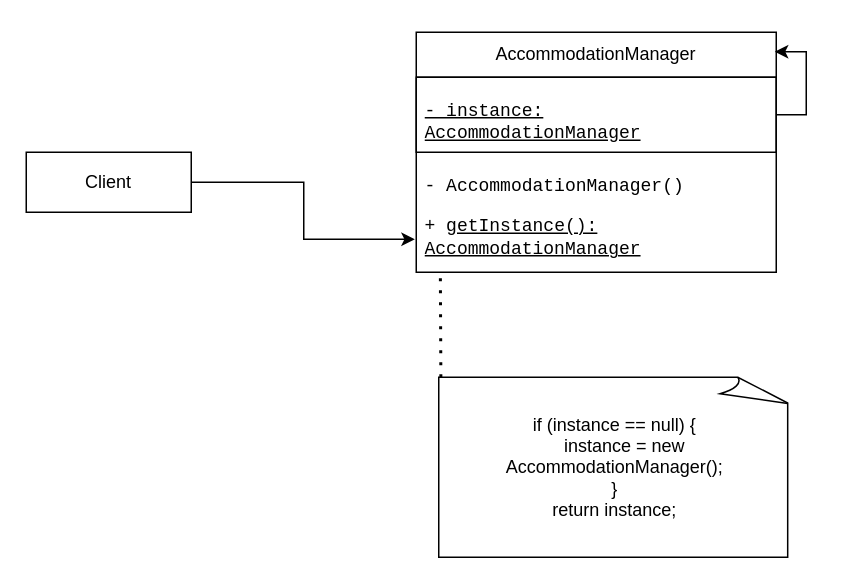
Luis-S4/Tourism-MS keeps this draw.io diagram as Design Patterns/Creational Design/Singleton Pattern/ Accommodation Singleton.drawio. Above is the earlier version. Source tidied: cells renumbered, new cells numbered last; positions are measured from the earlier drawing's top-left corner, leaving out a move shared by most shapes. Both pictures are drawn from the tidied source at 150%, with x=0, y=0 at pixel (26, 32).
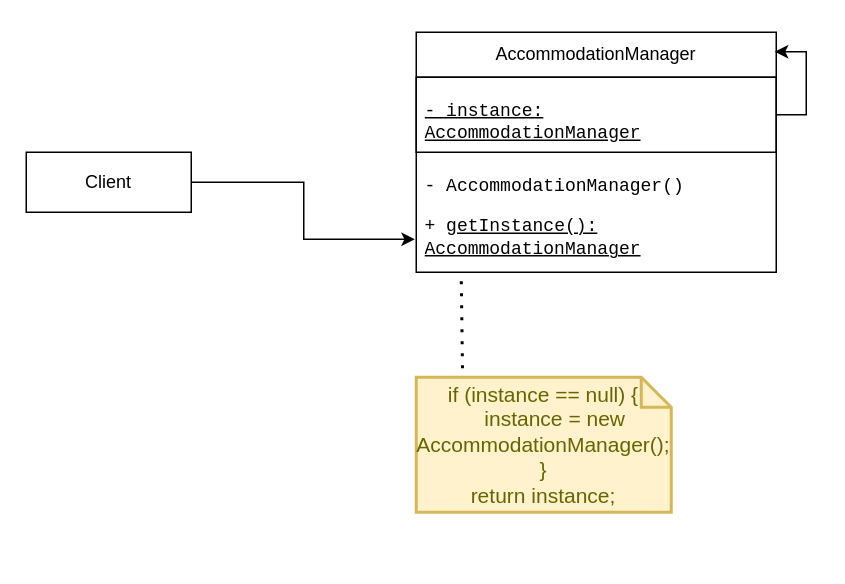
The same page after the edit.

Diff of the diagram source:
```diff
@@
 <mxGraphModel>
   <root>
     <mxCell id="0" />
     <mxCell id="1" parent="0" />
     <mxCell id="2" value="&lt;p&gt;AccommodationManager&lt;/p&gt;" style="swimlane;fontStyle=0;horizontal=1;startSize=30;whiteSpace=wrap;html=1;strokeColor=default;" parent="1" vertex="1">
       <mxGeometry x="260" width="240" height="160" as="geometry" />
     </mxCell>
     <mxCell id="3" value="&lt;p data-pm-slice=&quot;1 1 [&amp;quot;list&amp;quot;,{&amp;quot;spread&amp;quot;:false,&amp;quot;start&amp;quot;:562,&amp;quot;end&amp;quot;:914},&amp;quot;regular_list_item&amp;quot;,{&amp;quot;start&amp;quot;:601,&amp;quot;end&amp;quot;:686},&amp;quot;list&amp;quot;,{&amp;quot;spread&amp;quot;:false,&amp;quot;start&amp;quot;:621,&amp;quot;end&amp;quot;:686},&amp;quot;regular_list_item&amp;quot;,{&amp;quot;start&amp;quot;:621,&amp;quot;end&amp;quot;:686}]&quot;&gt;&lt;code&gt;- instance: AccommodationManager&lt;/code&gt;&lt;/p&gt;" style="text;strokeColor=default;fillColor=none;align=left;verticalAlign=middle;spacingLeft=4;spacingRight=4;overflow=hidden;points=[[0,0.5],[1,0.5]];portConstraint=eastwest;whiteSpace=wrap;html=1;fontStyle=4;" parent="2" vertex="1">
       <mxGeometry y="30" width="240" height="50" as="geometry" />
     </mxCell>
     <mxCell id="4" value="&lt;p data-pm-slice=&quot;1 1 [&amp;quot;list&amp;quot;,{&amp;quot;spread&amp;quot;:false,&amp;quot;start&amp;quot;:562,&amp;quot;end&amp;quot;:914},&amp;quot;regular_list_item&amp;quot;,{&amp;quot;start&amp;quot;:687,&amp;quot;end&amp;quot;:849},&amp;quot;list&amp;quot;,{&amp;quot;spread&amp;quot;:false,&amp;quot;start&amp;quot;:704,&amp;quot;end&amp;quot;:849},&amp;quot;regular_list_item&amp;quot;,{&amp;quot;start&amp;quot;:704,&amp;quot;end&amp;quot;:770}]&quot;&gt;&lt;code&gt;- AccommodationManager()&lt;/code&gt;&lt;/p&gt;&lt;p data-pm-slice=&quot;1 1 [&amp;quot;list&amp;quot;,{&amp;quot;spread&amp;quot;:false,&amp;quot;start&amp;quot;:562,&amp;quot;end&amp;quot;:914},&amp;quot;regular_list_item&amp;quot;,{&amp;quot;start&amp;quot;:687,&amp;quot;end&amp;quot;:849},&amp;quot;list&amp;quot;,{&amp;quot;spread&amp;quot;:false,&amp;quot;start&amp;quot;:704,&amp;quot;end&amp;quot;:849},&amp;quot;regular_list_item&amp;quot;,{&amp;quot;start&amp;quot;:704,&amp;quot;end&amp;quot;:770}]&quot;&gt;&lt;code&gt;&lt;/code&gt;&lt;/p&gt;&lt;p data-pm-slice=&quot;1 1 [&amp;quot;list&amp;quot;,{&amp;quot;spread&amp;quot;:false,&amp;quot;start&amp;quot;:562,&amp;quot;end&amp;quot;:914},&amp;quot;regular_list_item&amp;quot;,{&amp;quot;start&amp;quot;:687,&amp;quot;end&amp;quot;:849},&amp;quot;list&amp;quot;,{&amp;quot;spread&amp;quot;:false,&amp;quot;start&amp;quot;:704,&amp;quot;end&amp;quot;:849},&amp;quot;regular_list_item&amp;quot;,{&amp;quot;start&amp;quot;:773,&amp;quot;end&amp;quot;:849}]&quot;&gt;&lt;code&gt;+ &lt;u&gt;getInstance(): AccommodationManager&lt;/u&gt;&lt;/code&gt;&lt;/p&gt;" style="text;strokeColor=none;fillColor=none;align=left;verticalAlign=middle;spacingLeft=4;spacingRight=4;overflow=hidden;points=[[0,0.5],[1,0.5]];portConstraint=eastwest;whiteSpace=wrap;html=1;strokeWidth=14;fontStyle=0;" parent="2" vertex="1">
       <mxGeometry y="80" width="240" height="80" as="geometry" />
     </mxCell>
     <mxCell id="5" style="edgeStyle=orthogonalEdgeStyle;rounded=0;jettySize=auto;html=1;exitX=1;exitY=0.5;exitDx=0;exitDy=0;entryX=0.996;entryY=0.081;entryDx=0;entryDy=0;entryPerimeter=0;fontFamily=Helvetica;fontSize=12;fontColor=default;fontStyle=0;horizontal=1;" parent="2" edge="1" source="3" target="2">
       <mxGeometry relative="1" as="geometry" />
     </mxCell>
     <mxCell id="6" value="Client" style="rounded=0;whiteSpace=wrap;html=1;strokeColor=default;align=center;verticalAlign=middle;fontFamily=Helvetica;fontSize=12;fontColor=default;fontStyle=0;horizontal=1;fillColor=default;" parent="1" vertex="1">
       <mxGeometry y="80" width="110" height="40" as="geometry" />
     </mxCell>
     <mxCell id="7" style="edgeStyle=orthogonalEdgeStyle;rounded=0;jettySize=auto;html=1;entryX=-0.004;entryY=0.725;entryDx=0;entryDy=0;entryPerimeter=0;fontFamily=Helvetica;fontSize=12;fontColor=default;fontStyle=0;horizontal=1;" parent="1" edge="1" source="6" target="4">
       <mxGeometry relative="1" as="geometry" />
     </mxCell>
-    <mxCell id="8" style="endArrow=none;dashed=1;html=1;dashPattern=1 3;strokeWidth=2;rounded=0;fontFamily=Helvetica;fontSize=12;fontColor=default;fontStyle=0;horizontal=1;entryX=0.067;entryY=1.025;entryDx=0;entryDy=0;entryPerimeter=0;exitX=0.006;exitY=0;exitDx=0;exitDy=0;exitPerimeter=0;" parent="1" edge="1" source="9" target="4">
+    <mxCell id="8" style="endArrow=none;dashed=1;html=1;dashPattern=1 3;strokeWidth=2;rounded=0;fontFamily=Helvetica;fontSize=12;fontColor=default;fontStyle=0;horizontal=1;exitX=0.182;exitY=0.022;exitDx=0;exitDy=0;exitPerimeter=0;entryX=0.125;entryY=1.038;entryDx=0;entryDy=0;entryPerimeter=0;" parent="1" edge="1" source="9" target="4">
       <mxGeometry relative="1" as="geometry" />
     </mxCell>
-    <mxCell id="9" value="&lt;div&gt;if (instance == null) {&lt;/div&gt;&lt;div&gt;&amp;nbsp; &amp;nbsp; instance = new AccommodationManager();&lt;/div&gt;&lt;div&gt;}&lt;/div&gt;&lt;div&gt;return instance;&lt;/div&gt;" style="whiteSpace=wrap;html=1;shape=mxgraph.basic.document;strokeColor=default;align=center;verticalAlign=middle;fontFamily=Helvetica;fontSize=12;fontColor=default;fontStyle=0;horizontal=1;fillColor=default;" parent="1" vertex="1">
-      <mxGeometry x="275" y="230" width="235" height="120" as="geometry" />
+    <mxCell id="9" value="&lt;div&gt;if (instance == null) {&lt;/div&gt;&lt;div&gt;&amp;nbsp; &amp;nbsp; instance = new AccommodationManager();&lt;/div&gt;&lt;div&gt;}&lt;/div&gt;&lt;div&gt;return instance;&lt;/div&gt;" style="shape=note;strokeWidth=2;fontSize=14;size=20;whiteSpace=wrap;html=1;fillColor=#fff2cc;strokeColor=#d6b656;fontColor=#666600;align=center;verticalAlign=middle;fontFamily=Helvetica;fontStyle=0;horizontal=1;" parent="1" vertex="1">
+      <mxGeometry x="260" y="230" width="170" height="90" as="geometry" />
     </mxCell>
   </root>
 </mxGraphModel>
```
